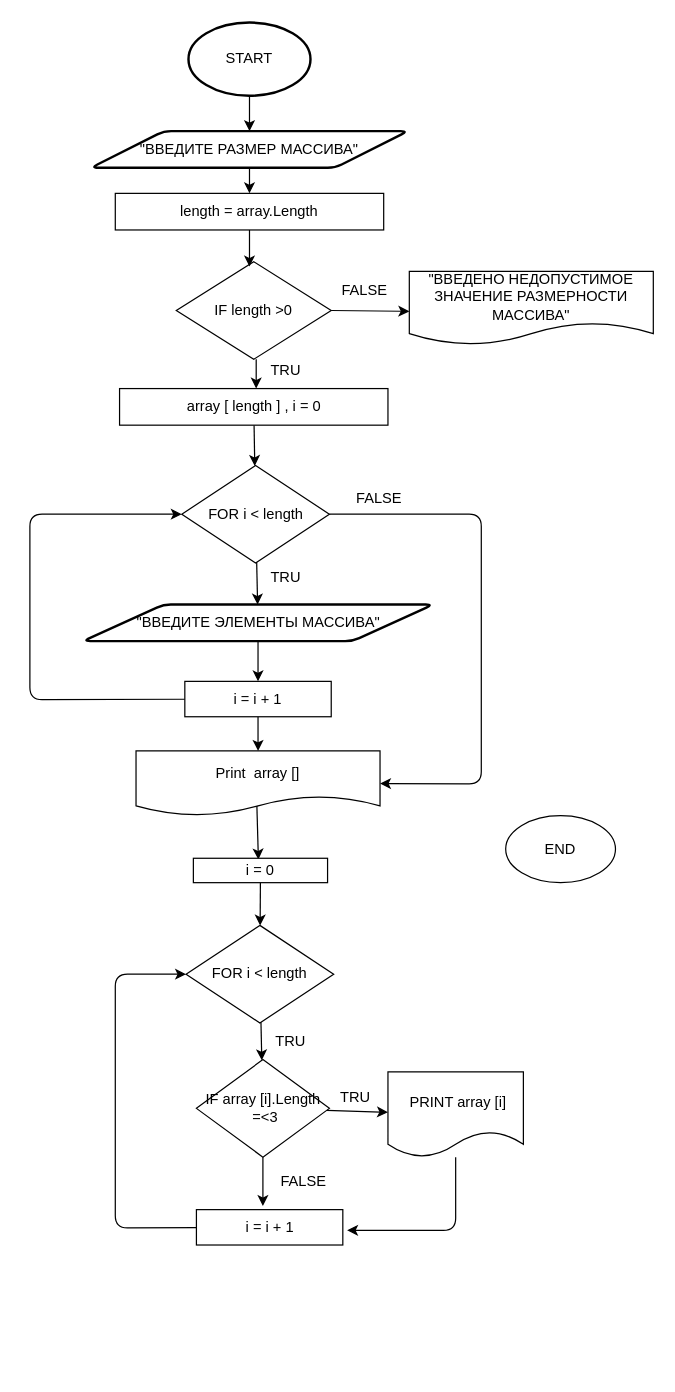
Earlier version of the draw.io diagram BlockDiagrame.drawio (KaterinaFox/Test). Source tidied: cells renumbered, new cells numbered last; positions are measured from the earlier drawing's top-left corner, leaving out a move shared by most shapes. Both pictures are drawn from the tidied source at 122%, with x=0, y=0 at pixel (29, 22).
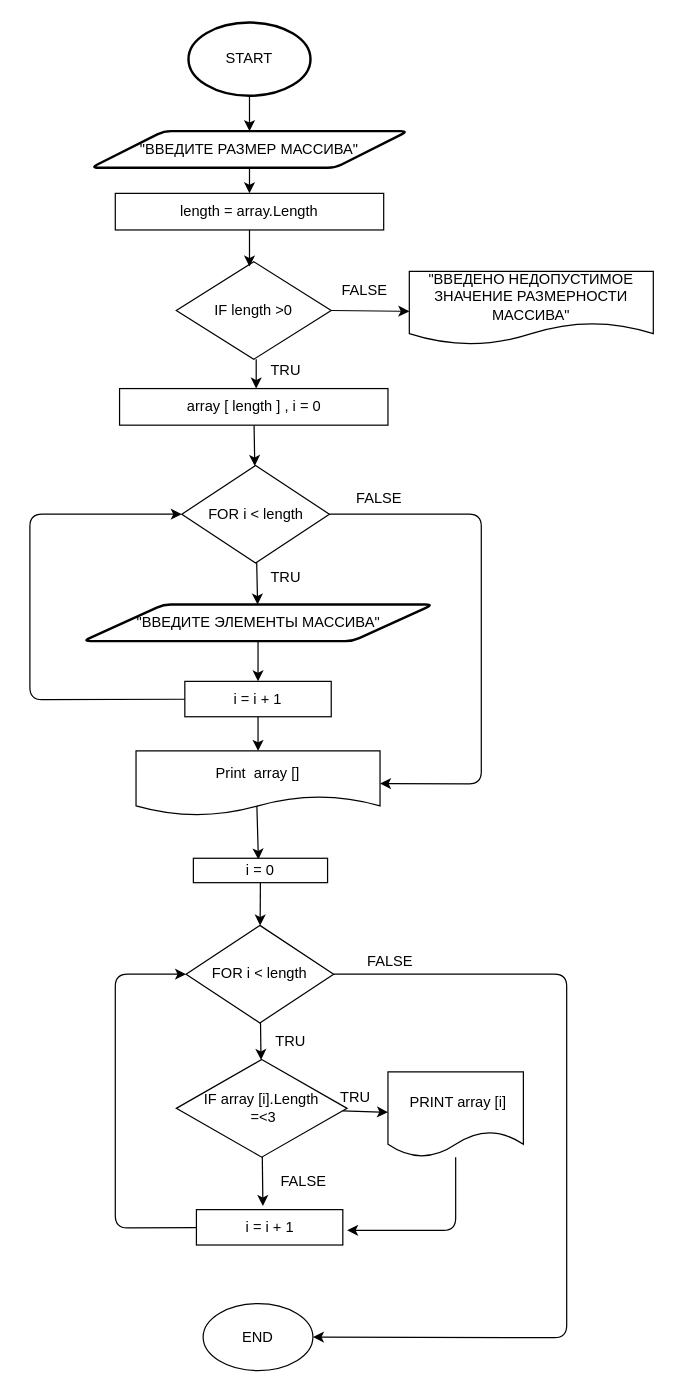
The same page after the edit.

The change refers to these unchanged cells:
```xml
<mxCell id="40" value="FOR i &amp;lt; length" style="rhombus;whiteSpace=wrap;html=1;" parent="1" vertex="1">
  <mxGeometry x="128" y="740" width="121" height="80" as="geometry" />
</mxCell>
```

What changed in the source:
```diff
@@
     <mxCell id="13" value="IF array [i].Length&lt;br&gt;&amp;nbsp;=&amp;lt;3" style="rhombus;whiteSpace=wrap;html=1;" parent="1" vertex="1">
-      <mxGeometry x="136.5" y="850" width="109" height="80" as="geometry" />
+      <mxGeometry x="120" y="850" width="140" height="80" as="geometry" />
     </mxCell>
@@
     <mxCell id="19" value="END" style="ellipse;whiteSpace=wrap;html=1;" parent="1" vertex="1">
-      <mxGeometry x="390" y="650" width="90" height="55" as="geometry" />
+      <mxGeometry x="142" y="1050" width="90" height="55" as="geometry" />
     </mxCell>
@@
+    <mxCell id="45" style="edgeStyle=none;html=1;entryX=1;entryY=0.5;entryDx=0;entryDy=0;" parent="1" edge="1" source="40" target="19">
+      <mxGeometry relative="1" as="geometry">
+        <Array as="points">
+          <mxPoint x="440" y="780" />
+          <mxPoint x="440" y="1078" />
+        </Array>
+      </mxGeometry>
+    </mxCell>
@@
+    <mxCell id="46" value="FALSE&lt;br&gt;" style="text;html=1;align=center;verticalAlign=middle;strokeColor=none;fillColor=none;" parent="1" vertex="1">
+      <mxGeometry x="270" y="760" width="50" height="20" as="geometry" />
+    </mxCell>
```
